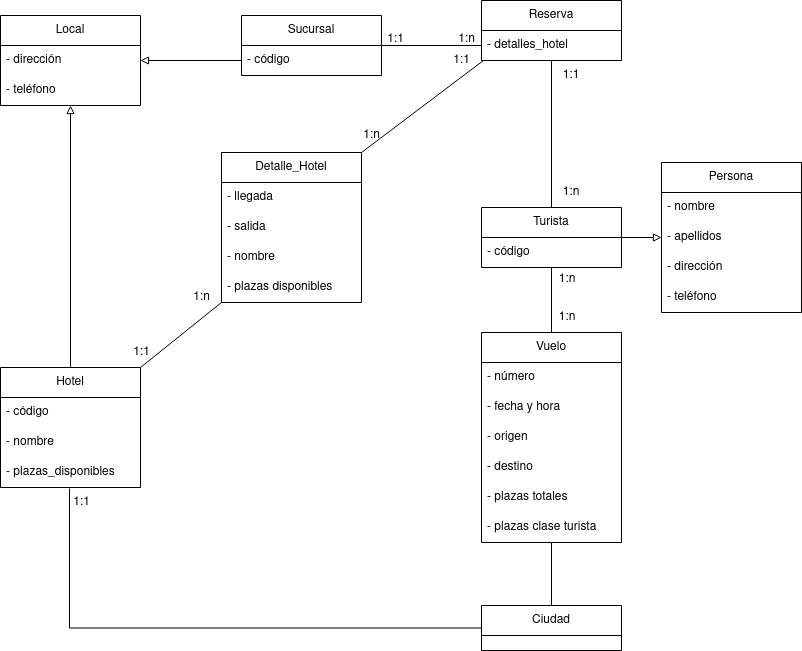
Before: Tema 5. Diagramas de clase/Tarea 2. Agencia viajes/img/AgenciaViajes.drawio.png, a diagram exported from draw.io (colidom/ets). Source tidied: cells renumbered, new cells last; positions are measured from the earlier drawing's top-left corner, leaving out a move shared by most shapes.
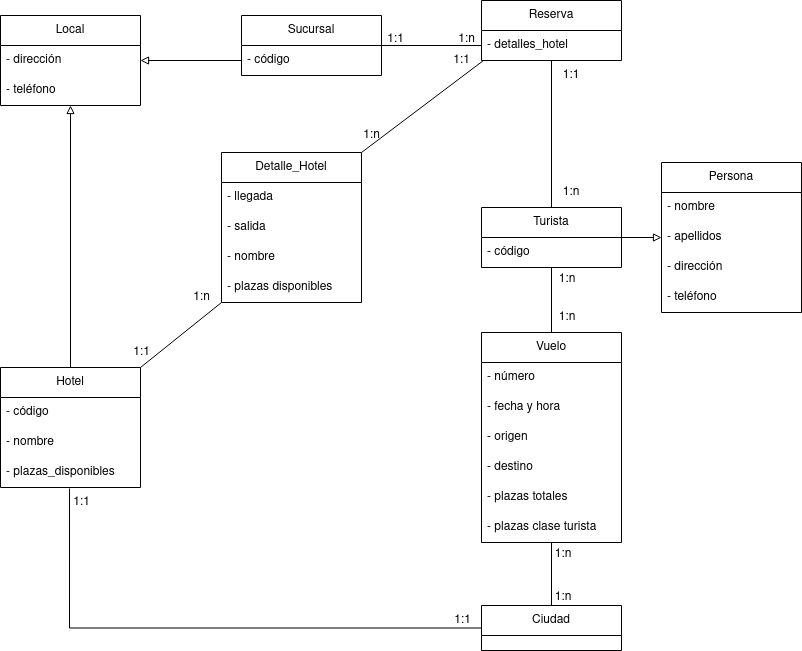
The same file after the commit.

Diff of the diagram source:
```diff
@@ -162,5 +162,14 @@
     <mxCell id="53" value="1:1" style="text;html=1;align=center;verticalAlign=middle;strokeColor=none;fillColor=none;" parent="1" vertex="1">
       <mxGeometry x="61" y="487" width="40" height="30" as="geometry" />
     </mxCell>
+    <mxCell id="54" value="1:1" style="text;html=1;align=center;verticalAlign=middle;strokeColor=none;fillColor=none;" parent="1" vertex="1">
+      <mxGeometry x="442" y="605" width="40" height="30" as="geometry" />
+    </mxCell>
+    <mxCell id="55" value="1:n" style="text;html=1;strokeColor=none;fillColor=none;align=center;verticalAlign=middle;whiteSpace=wrap;rounded=0;" parent="1" vertex="1">
+      <mxGeometry x="533" y="581" width="60" height="31" as="geometry" />
+    </mxCell>
+    <mxCell id="56" value="1:n" style="text;html=1;strokeColor=none;fillColor=none;align=center;verticalAlign=middle;whiteSpace=wrap;rounded=0;" parent="1" vertex="1">
+      <mxGeometry x="533" y="538" width="60" height="31" as="geometry" />
+    </mxCell>
   </root>
 </mxGraphModel>
```
